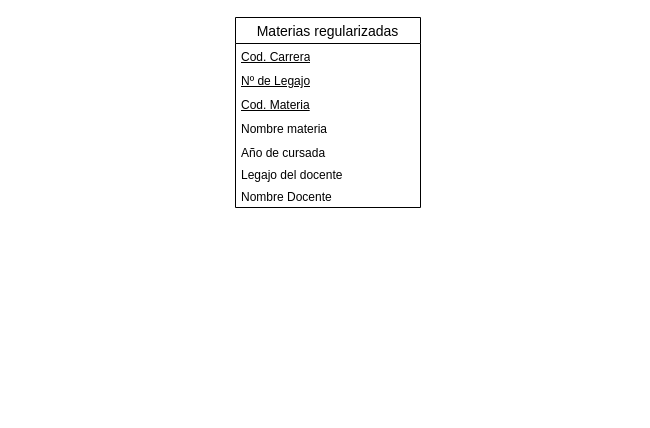
Above: Diagrama sin título.drawio in YasminLedesma/Diagramas (draw.io), before the change. Source tidied: cells renumbered, new cells numbered last; positions are measured from the earlier drawing's top-left corner, leaving out a move shared by most shapes. Both pictures are drawn from the tidied source at 100%, with x=0, y=0 at pixel (235, 17).
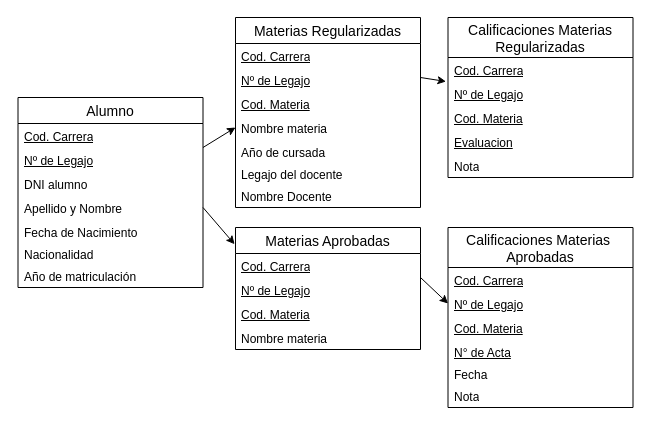
The same page after the edit.

The change refers to these unchanged cells:
```xml
<mxCell id="6" value="&lt;p style=&quot;margin-top: 0cm; margin-right: 0cm; margin-bottom: 0cm;&quot; class=&quot;MsoNormal&quot;&gt;&lt;span style=&quot;white-space-collapse: preserve;&quot; class=&quot;selectable-text copyable-text&quot;&gt;Nombre materia &lt;/span&gt;&lt;br&gt;&lt;/p&gt;" style="text;strokeColor=none;fillColor=none;spacingLeft=4;spacingRight=4;overflow=hidden;points=[[0,0.5],[1,0.5]];portConstraint=eastwest;fontSize=12;whiteSpace=wrap;html=1;" parent="2" vertex="1">
  <mxGeometry y="98" width="185" height="24" as="geometry" />
</mxCell>
```

The edit, as a diff of the source:
```diff
@@
-    <mxCell id="2" value="Materias regularizadas" style="swimlane;fontStyle=0;horizontal=1;startSize=26;align=center;fontSize=14;" parent="1" vertex="1">
+    <mxCell id="2" value="Materias Regularizadas" style="swimlane;fontStyle=0;horizontal=1;startSize=26;align=center;fontSize=14;" parent="1" vertex="1">
       <mxGeometry width="185" height="190" as="geometry" />
     </mxCell>
@@
+    <mxCell id="10" value="Alumno" style="swimlane;fontStyle=0;horizontal=1;startSize=26;align=center;fontSize=14;" parent="1" vertex="1">
+      <mxGeometry x="-217.5" y="80" width="185" height="190" as="geometry" />
+    </mxCell>
+    <mxCell id="11" value="&lt;p style=&quot;margin-top: 0cm; margin-right: 0cm; margin-bottom: 0cm;&quot; class=&quot;MsoNormal&quot;&gt;&lt;u&gt;Cod. Carrera&lt;/u&gt;&lt;/p&gt;" style="text;strokeColor=none;fillColor=none;spacingLeft=4;spacingRight=4;overflow=hidden;fontSize=12;whiteSpace=wrap;html=1;" parent="10" vertex="1">
+      <mxGeometry y="26" width="185" height="24" as="geometry" />
+    </mxCell>
+    <mxCell id="12" value="&lt;p style=&quot;margin-top: 0cm; margin-right: 0cm; margin-bottom: 0cm;&quot; class=&quot;MsoNormal&quot;&gt;&lt;u style=&quot;background-color: initial; text-indent: 35.4pt;&quot;&gt;Nº de Legajo&lt;/u&gt;&lt;br&gt;&lt;/p&gt;" style="text;strokeColor=none;fillColor=none;spacingLeft=4;spacingRight=4;overflow=hidden;fontSize=12;whiteSpace=wrap;html=1;" parent="10" vertex="1">
+      <mxGeometry y="50" width="185" height="24" as="geometry" />
+    </mxCell>
+    <mxCell id="13" value="&lt;p style=&quot;margin-top: 0cm; margin-right: 0cm; margin-bottom: 0cm;&quot; class=&quot;MsoNormal&quot;&gt;DNI alumno&lt;/p&gt;" style="text;strokeColor=none;fillColor=none;spacingLeft=4;spacingRight=4;overflow=hidden;fontSize=12;whiteSpace=wrap;html=1;" parent="10" vertex="1">
+      <mxGeometry y="74" width="185" height="24" as="geometry" />
+    </mxCell>
+    <mxCell id="14" value="&lt;p style=&quot;margin-top: 0cm; margin-right: 0cm; margin-bottom: 0cm;&quot; class=&quot;MsoNormal&quot;&gt;&lt;span style=&quot;white-space-collapse: preserve;&quot;&gt;Apellido y Nombre&lt;/span&gt;&lt;/p&gt;" style="text;strokeColor=none;fillColor=none;spacingLeft=4;spacingRight=4;overflow=hidden;points=[[0,0.5],[1,0.5]];portConstraint=eastwest;fontSize=12;whiteSpace=wrap;html=1;" parent="10" vertex="1">
+      <mxGeometry y="98" width="185" height="24" as="geometry" />
+    </mxCell>
+    <mxCell id="15" value="&lt;p style=&quot;margin-top: 0cm; margin-right: 0cm; margin-bottom: 0cm;&quot; class=&quot;MsoNormal&quot;&gt;Fecha de Nacimiento&lt;/p&gt;" style="text;strokeColor=none;fillColor=none;spacingLeft=4;spacingRight=4;overflow=hidden;fontSize=12;whiteSpace=wrap;html=1;" parent="10" vertex="1">
+      <mxGeometry y="122" width="185" height="22" as="geometry" />
+    </mxCell>
+    <mxCell id="16" value="&lt;p style=&quot;margin-top: 0cm; margin-right: 0cm; margin-bottom: 0cm;&quot; class=&quot;MsoNormal&quot;&gt;Nacionalidad&lt;/p&gt;" style="text;strokeColor=none;fillColor=none;spacingLeft=4;spacingRight=4;overflow=hidden;fontSize=12;whiteSpace=wrap;html=1;" parent="10" vertex="1">
+      <mxGeometry y="144" width="185" height="22" as="geometry" />
+    </mxCell>
+    <mxCell id="17" value="&lt;p style=&quot;margin-top: 0cm; margin-right: 0cm; margin-bottom: 0cm;&quot; class=&quot;MsoNormal&quot;&gt;Año de matriculación&lt;/p&gt;" style="text;strokeColor=none;fillColor=none;spacingLeft=4;spacingRight=4;overflow=hidden;fontSize=12;whiteSpace=wrap;html=1;" parent="10" vertex="1">
+      <mxGeometry y="166" width="185" height="24" as="geometry" />
+    </mxCell>
+    <mxCell id="18" value="Calificaciones Materias&#10;Regularizadas" style="swimlane;fontStyle=0;horizontal=1;startSize=40;align=center;fontSize=14;" parent="1" vertex="1">
+      <mxGeometry x="212.5" width="185" height="160" as="geometry" />
+    </mxCell>
+    <mxCell id="19" value="&lt;p style=&quot;margin-top: 0cm; margin-right: 0cm; margin-bottom: 0cm;&quot; class=&quot;MsoNormal&quot;&gt;&lt;u&gt;Cod. Carrera&lt;/u&gt;&lt;/p&gt;" style="text;strokeColor=none;fillColor=none;spacingLeft=4;spacingRight=4;overflow=hidden;fontSize=12;whiteSpace=wrap;html=1;" parent="18" vertex="1">
+      <mxGeometry y="40" width="185" height="24" as="geometry" />
+    </mxCell>
+    <mxCell id="20" value="&lt;p style=&quot;margin-top: 0cm; margin-right: 0cm; margin-bottom: 0cm;&quot; class=&quot;MsoNormal&quot;&gt;&lt;u style=&quot;background-color: initial; text-indent: 35.4pt;&quot;&gt;Nº de Legajo&lt;/u&gt;&lt;br&gt;&lt;/p&gt;" style="text;strokeColor=none;fillColor=none;spacingLeft=4;spacingRight=4;overflow=hidden;points=[[0,0.5],[1,0.5]];portConstraint=eastwest;fontSize=12;whiteSpace=wrap;html=1;" parent="18" vertex="1">
+      <mxGeometry y="64" width="185" height="24" as="geometry" />
+    </mxCell>
+    <mxCell id="21" value="&lt;p style=&quot;margin-top: 0cm; margin-right: 0cm; margin-bottom: 0cm;&quot; class=&quot;MsoNormal&quot;&gt;&lt;u&gt;Cod. Materia&lt;/u&gt;&lt;/p&gt;" style="text;strokeColor=none;fillColor=none;spacingLeft=4;spacingRight=4;overflow=hidden;fontSize=12;whiteSpace=wrap;html=1;" parent="18" vertex="1">
+      <mxGeometry y="88" width="185" height="24" as="geometry" />
+    </mxCell>
+    <mxCell id="22" value="&lt;p style=&quot;margin-top: 0cm; margin-right: 0cm; margin-bottom: 0cm;&quot; class=&quot;MsoNormal&quot;&gt;&lt;span style=&quot;white-space-collapse: preserve;&quot;&gt;&lt;u&gt;Evaluacion&lt;/u&gt;&lt;/span&gt;&lt;/p&gt;" style="text;strokeColor=none;fillColor=none;spacingLeft=4;spacingRight=4;overflow=hidden;fontSize=12;whiteSpace=wrap;html=1;" parent="18" vertex="1">
+      <mxGeometry y="112" width="185" height="24" as="geometry" />
+    </mxCell>
+    <mxCell id="23" value="&lt;p style=&quot;margin-top: 0cm; margin-right: 0cm; margin-bottom: 0cm;&quot; class=&quot;MsoNormal&quot;&gt;Nota&lt;/p&gt;" style="text;strokeColor=none;fillColor=none;spacingLeft=4;spacingRight=4;overflow=hidden;fontSize=12;whiteSpace=wrap;html=1;" parent="18" vertex="1">
+      <mxGeometry y="136" width="185" height="24" as="geometry" />
+    </mxCell>
+    <mxCell id="24" value="Materias Aprobadas" style="swimlane;fontStyle=0;horizontal=1;startSize=26;align=center;fontSize=14;" parent="1" vertex="1">
+      <mxGeometry y="210" width="185" height="122" as="geometry" />
+    </mxCell>
+    <mxCell id="25" value="&lt;p style=&quot;margin-top: 0cm; margin-right: 0cm; margin-bottom: 0cm;&quot; class=&quot;MsoNormal&quot;&gt;&lt;u&gt;Cod. Carrera&lt;/u&gt;&lt;/p&gt;" style="text;strokeColor=none;fillColor=none;spacingLeft=4;spacingRight=4;overflow=hidden;fontSize=12;whiteSpace=wrap;html=1;" parent="24" vertex="1">
+      <mxGeometry y="26" width="185" height="24" as="geometry" />
+    </mxCell>
+    <mxCell id="26" value="&lt;p style=&quot;margin-top: 0cm; margin-right: 0cm; margin-bottom: 0cm;&quot; class=&quot;MsoNormal&quot;&gt;&lt;u style=&quot;background-color: initial; text-indent: 35.4pt;&quot;&gt;Nº de Legajo&lt;/u&gt;&lt;br&gt;&lt;/p&gt;" style="text;strokeColor=none;fillColor=none;spacingLeft=4;spacingRight=4;overflow=hidden;fontSize=12;whiteSpace=wrap;html=1;" parent="24" vertex="1">
+      <mxGeometry y="50" width="185" height="24" as="geometry" />
+    </mxCell>
+    <mxCell id="27" value="&lt;p style=&quot;margin-top: 0cm; margin-right: 0cm; margin-bottom: 0cm;&quot; class=&quot;MsoNormal&quot;&gt;&lt;u&gt;Cod. Materia&lt;/u&gt;&lt;/p&gt;" style="text;strokeColor=none;fillColor=none;spacingLeft=4;spacingRight=4;overflow=hidden;fontSize=12;whiteSpace=wrap;html=1;" parent="24" vertex="1">
+      <mxGeometry y="74" width="185" height="24" as="geometry" />
+    </mxCell>
+    <mxCell id="28" value="&lt;p style=&quot;margin-top: 0cm; margin-right: 0cm; margin-bottom: 0cm;&quot; class=&quot;MsoNormal&quot;&gt;&lt;span style=&quot;white-space-collapse: preserve;&quot; class=&quot;selectable-text copyable-text&quot;&gt;Nombre materia &lt;/span&gt;&lt;br&gt;&lt;/p&gt;" style="text;strokeColor=none;fillColor=none;spacingLeft=4;spacingRight=4;overflow=hidden;fontSize=12;whiteSpace=wrap;html=1;" parent="24" vertex="1">
+      <mxGeometry y="98" width="185" height="24" as="geometry" />
+    </mxCell>
+    <mxCell id="29" value="Calificaciones Materias &#10;Aprobadas" style="swimlane;fontStyle=0;horizontal=1;startSize=40;align=center;fontSize=14;" parent="1" vertex="1">
+      <mxGeometry x="212.5" y="210" width="185" height="180" as="geometry" />
+    </mxCell>
+    <mxCell id="30" value="&lt;p style=&quot;margin-top: 0cm; margin-right: 0cm; margin-bottom: 0cm;&quot; class=&quot;MsoNormal&quot;&gt;&lt;u&gt;Cod. Carrera&lt;/u&gt;&lt;/p&gt;" style="text;strokeColor=none;fillColor=none;spacingLeft=4;spacingRight=4;overflow=hidden;fontSize=12;whiteSpace=wrap;html=1;" parent="29" vertex="1">
+      <mxGeometry y="40" width="185" height="24" as="geometry" />
+    </mxCell>
+    <mxCell id="31" value="&lt;p style=&quot;margin-top: 0cm; margin-right: 0cm; margin-bottom: 0cm;&quot; class=&quot;MsoNormal&quot;&gt;&lt;u style=&quot;background-color: initial; text-indent: 35.4pt;&quot;&gt;Nº de Legajo&lt;/u&gt;&lt;br&gt;&lt;/p&gt;" style="text;strokeColor=none;fillColor=none;spacingLeft=4;spacingRight=4;overflow=hidden;points=[[0,0.5],[1,0.5]];portConstraint=eastwest;fontSize=12;whiteSpace=wrap;html=1;" parent="29" vertex="1">
+      <mxGeometry y="64" width="185" height="24" as="geometry" />
+    </mxCell>
+    <mxCell id="32" value="&lt;p style=&quot;margin-top: 0cm; margin-right: 0cm; margin-bottom: 0cm;&quot; class=&quot;MsoNormal&quot;&gt;&lt;u&gt;Cod. Materia&lt;/u&gt;&lt;/p&gt;" style="text;strokeColor=none;fillColor=none;spacingLeft=4;spacingRight=4;overflow=hidden;fontSize=12;whiteSpace=wrap;html=1;" parent="29" vertex="1">
+      <mxGeometry y="88" width="185" height="24" as="geometry" />
+    </mxCell>
+    <mxCell id="33" value="&lt;p class=&quot;MsoNormal&quot; style=&quot;margin-top: 0cm; margin-right: 0cm; margin-bottom: 0cm;&quot;&gt;N° de Acta&lt;/p&gt;" style="text;strokeColor=none;fillColor=none;spacingLeft=4;spacingRight=4;overflow=hidden;fontSize=12;whiteSpace=wrap;html=1;fontStyle=4;" parent="29" vertex="1">
+      <mxGeometry y="112" width="185" height="22" as="geometry" />
+    </mxCell>
+    <mxCell id="34" value="&lt;p style=&quot;margin-top: 0cm; margin-right: 0cm; margin-bottom: 0cm;&quot; class=&quot;MsoNormal&quot;&gt;Fecha&amp;nbsp;&lt;/p&gt;" style="text;strokeColor=none;fillColor=none;spacingLeft=4;spacingRight=4;overflow=hidden;fontSize=12;whiteSpace=wrap;html=1;" parent="29" vertex="1">
+      <mxGeometry y="134" width="185" height="22" as="geometry" />
+    </mxCell>
+    <mxCell id="35" value="&lt;p style=&quot;margin-top: 0cm; margin-right: 0cm; margin-bottom: 0cm;&quot; class=&quot;MsoNormal&quot;&gt;Nota&lt;/p&gt;" style="text;strokeColor=none;fillColor=none;spacingLeft=4;spacingRight=4;overflow=hidden;fontSize=12;whiteSpace=wrap;html=1;" parent="29" vertex="1">
+      <mxGeometry y="156" width="185" height="24" as="geometry" />
+    </mxCell>
+    <mxCell id="36" style="endArrow=classic;html=1;rounded=0;entryX=0;entryY=0.5;entryDx=0;entryDy=0;" parent="1" edge="1" target="6">
+      <mxGeometry relative="1" as="geometry">
+        <mxPoint x="-32.5" y="130" as="sourcePoint" />
+      </mxGeometry>
+    </mxCell>
+    <mxCell id="37" style="endArrow=classic;html=1;rounded=0;entryX=-0.005;entryY=0.137;entryDx=0;entryDy=0;exitX=1;exitY=0.5;exitDx=0;exitDy=0;entryPerimeter=0;" parent="1" edge="1" source="14" target="24">
+      <mxGeometry relative="1" as="geometry" />
+    </mxCell>
+    <mxCell id="38" style="endArrow=classic;html=1;rounded=0;entryX=-0.011;entryY=0;entryDx=0;entryDy=0;entryPerimeter=0;" parent="1" edge="1" target="20">
+      <mxGeometry relative="1" as="geometry">
+        <mxPoint x="185" y="60" as="sourcePoint" />
+      </mxGeometry>
+    </mxCell>
+    <mxCell id="39" style="endArrow=classic;html=1;rounded=0;entryX=0;entryY=0.5;entryDx=0;entryDy=0;exitX=1;exitY=0.5;exitDx=0;exitDy=0;" parent="1" edge="1" target="31">
+      <mxGeometry relative="1" as="geometry">
+        <mxPoint x="185" y="260" as="sourcePoint" />
+      </mxGeometry>
+    </mxCell>
```
